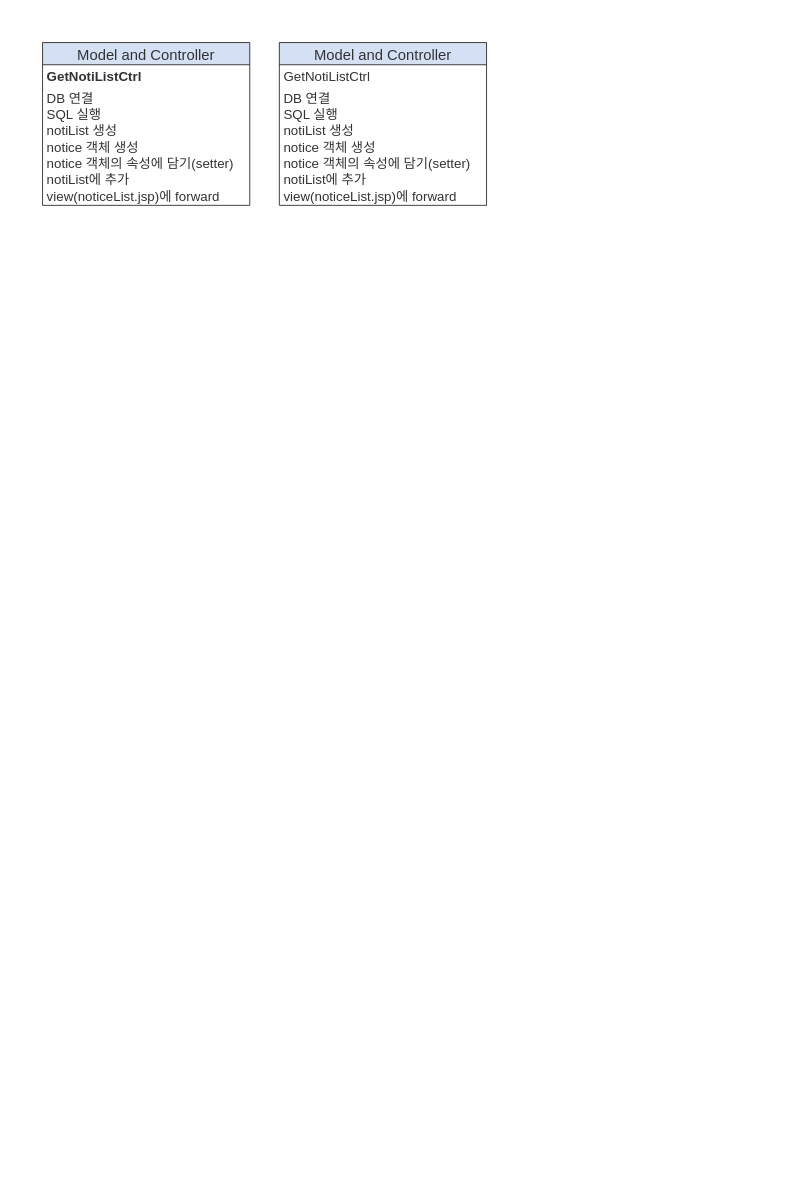
The draw.io diagram page "공지사항구현_MVC_주요내용" (2 of 2) of pro02.drawio in ppeace1216/pro02, before the edit. Source tidied: cells renumbered, new cells numbered last; positions are measured from the earlier drawing's top-left corner, leaving out a move shared by most shapes. Both pictures are drawn from the tidied source at 74%, with x=0, y=0 at pixel (42, 42).
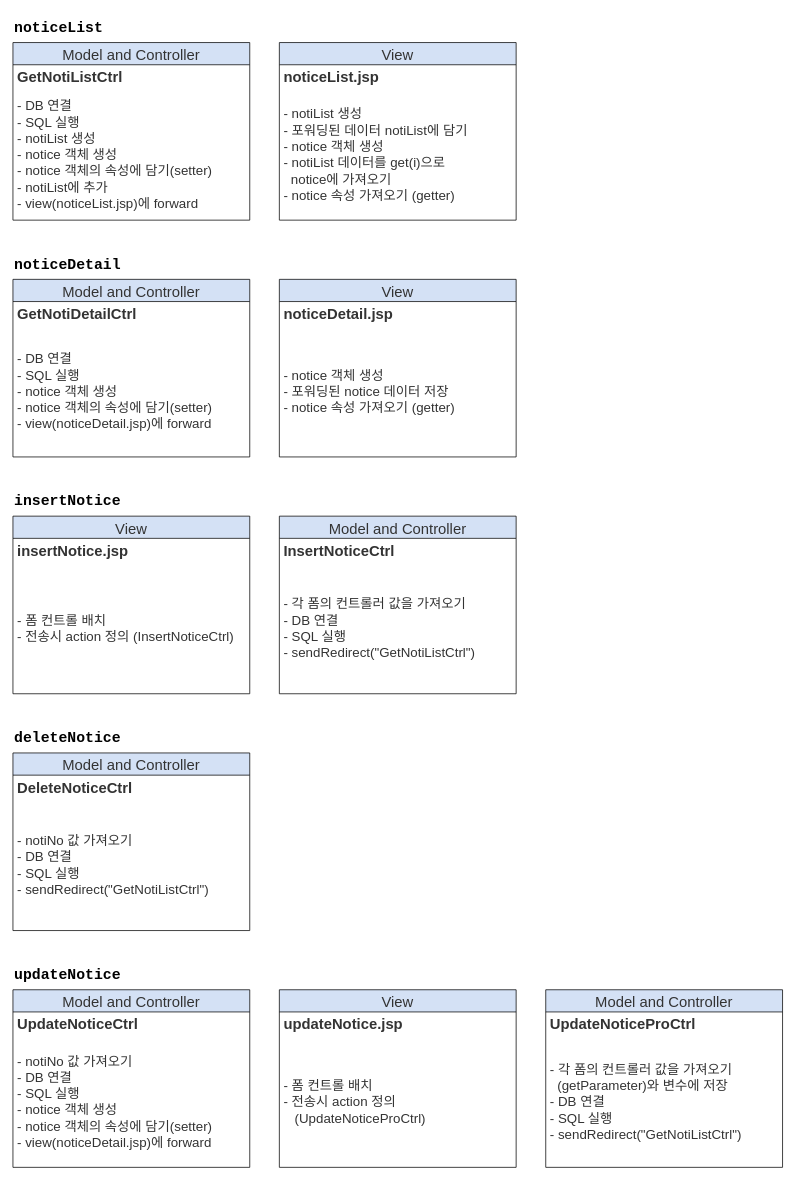
After the change.

Change to the diagram source:
```diff
@@
     <mxCell id="2" value="Model and Controller" style="swimlane;fontStyle=0;horizontal=1;startSize=30;fontColor=#333333;fillColor=#D4E1F5;gradientColor=none;fontSize=20;" parent="1" vertex="1">
-      <mxGeometry width="280" height="220" as="geometry" />
+      <mxGeometry x="-40" width="320" height="240" as="geometry" />
     </mxCell>
-    <mxCell id="3" value="GetNotiListCtrl" style="text;strokeColor=none;fillColor=none;align=left;verticalAlign=middle;spacingLeft=4;spacingRight=4;overflow=hidden;fontColor=#333333;fontSize=18;fontStyle=1;" parent="2" vertex="1">
-      <mxGeometry y="30" width="280" height="30" as="geometry" />
+    <mxCell id="3" value="GetNotiListCtrl" style="text;strokeColor=none;fillColor=none;align=left;verticalAlign=middle;spacingLeft=4;spacingRight=4;overflow=hidden;fontColor=#333333;fontSize=20;fontStyle=1;" parent="2" vertex="1">
+      <mxGeometry y="30" width="320" height="30" as="geometry" />
     </mxCell>
-    <mxCell id="4" value="DB 연결&#10;SQL 실행&#10;notiList 생성&#10;notice 객체 생성&#10;notice 객체의 속성에 담기(setter)&#10;notiList에 추가&#10;view(noticeList.jsp)에 forward" style="text;strokeColor=none;fillColor=none;align=left;verticalAlign=middle;spacingLeft=4;spacingRight=4;overflow=hidden;fontColor=#333333;fontSize=18;" parent="2" vertex="1">
-      <mxGeometry y="60" width="280" height="160" as="geometry" />
+    <mxCell id="4" value="- DB 연결&#10;- SQL 실행&#10;- notiList 생성&#10;- notice 객체 생성&#10;- notice 객체의 속성에 담기(setter)&#10;- notiList에 추가&#10;- view(noticeList.jsp)에 forward" style="text;strokeColor=none;fillColor=none;align=left;verticalAlign=middle;spacingLeft=4;spacingRight=4;overflow=hidden;fontColor=#333333;fontSize=18;spacingBottom=0;spacingTop=0;" parent="2" vertex="1">
+      <mxGeometry y="60" width="320" height="180" as="geometry" />
     </mxCell>
-    <mxCell id="5" value="Model and Controller" style="swimlane;fontStyle=0;horizontal=1;startSize=30;fontColor=#333333;fillColor=#D4E1F5;gradientColor=none;fontSize=20;" parent="1" vertex="1">
-      <mxGeometry x="320" width="280" height="220" as="geometry" />
+    <mxCell id="5" value="View" style="swimlane;fontStyle=0;horizontal=1;startSize=30;fontColor=#333333;fillColor=#D4E1F5;gradientColor=none;fontSize=20;" parent="1" vertex="1">
+      <mxGeometry x="320" width="320" height="240" as="geometry" />
     </mxCell>
-    <mxCell id="6" value="GetNotiListCtrl" style="text;strokeColor=none;fillColor=none;align=left;verticalAlign=middle;spacingLeft=4;spacingRight=4;overflow=hidden;fontColor=#333333;fontSize=18;" parent="5" vertex="1">
-      <mxGeometry y="30" width="280" height="30" as="geometry" />
+    <mxCell id="6" value="noticeList.jsp" style="text;strokeColor=none;fillColor=none;align=left;verticalAlign=middle;spacingLeft=4;spacingRight=4;overflow=hidden;fontColor=#333333;fontSize=20;fontStyle=1;" parent="5" vertex="1">
+      <mxGeometry y="30" width="320" height="30" as="geometry" />
     </mxCell>
-    <mxCell id="7" value="DB 연결&#10;SQL 실행&#10;notiList 생성&#10;notice 객체 생성&#10;notice 객체의 속성에 담기(setter)&#10;notiList에 추가&#10;view(noticeList.jsp)에 forward" style="text;strokeColor=none;fillColor=none;align=left;verticalAlign=middle;spacingLeft=4;spacingRight=4;overflow=hidden;fontColor=#333333;fontSize=18;" parent="5" vertex="1">
-      <mxGeometry y="60" width="280" height="160" as="geometry" />
+    <mxCell id="7" value="- notiList 생성&#10;- 포워딩된 데이터 notiList에 담기&#10;- notice 객체 생성&#10;- notiList 데이터를 get(i)으로 &#10;  notice에 가져오기&#10;- notice 속성 가져오기 (getter)" style="text;strokeColor=none;fillColor=none;align=left;verticalAlign=middle;spacingLeft=4;spacingRight=4;overflow=hidden;fontColor=#333333;fontSize=18;" parent="5" vertex="1">
+      <mxGeometry y="60" width="320" height="180" as="geometry" />
     </mxCell>
+    <mxCell id="8" value="&lt;font face=&quot;Courier New&quot; style=&quot;font-size: 20px;&quot;&gt;&lt;b&gt;noticeList&lt;/b&gt;&lt;/font&gt;" style="text;html=1;strokeColor=none;fillColor=none;align=left;verticalAlign=middle;whiteSpace=wrap;rounded=0;" parent="1" vertex="1">
+      <mxGeometry x="-40" y="-40" width="150" height="40" as="geometry" />
+    </mxCell>
+    <mxCell id="9" value="&lt;font face=&quot;Courier New&quot; style=&quot;font-size: 20px;&quot;&gt;&lt;b&gt;noticeDetail&lt;br&gt;&lt;/b&gt;&lt;/font&gt;" style="text;html=1;strokeColor=none;fillColor=none;align=left;verticalAlign=middle;whiteSpace=wrap;rounded=0;" parent="1" vertex="1">
+      <mxGeometry x="-40" y="280" width="150" height="40" as="geometry" />
+    </mxCell>
+    <mxCell id="10" value="Model and Controller" style="swimlane;fontStyle=0;horizontal=1;startSize=30;fontColor=#333333;fillColor=#D4E1F5;gradientColor=none;fontSize=20;" parent="1" vertex="1">
+      <mxGeometry x="-40" y="320" width="320" height="240" as="geometry" />
+    </mxCell>
+    <mxCell id="11" value="GetNotiDetailCtrl" style="text;strokeColor=none;fillColor=none;align=left;verticalAlign=middle;spacingLeft=4;spacingRight=4;overflow=hidden;fontColor=#333333;fontSize=20;fontStyle=1;" parent="10" vertex="1">
+      <mxGeometry y="30" width="320" height="30" as="geometry" />
+    </mxCell>
+    <mxCell id="12" value="- DB 연결&#10;- SQL 실행&#10;- notice 객체 생성&#10;- notice 객체의 속성에 담기(setter)&#10;- view(noticeDetail.jsp)에 forward" style="text;strokeColor=none;fillColor=none;align=left;verticalAlign=middle;spacingLeft=4;spacingRight=4;overflow=hidden;fontColor=#333333;fontSize=18;spacingBottom=0;spacingTop=0;" parent="10" vertex="1">
+      <mxGeometry y="60" width="320" height="180" as="geometry" />
+    </mxCell>
+    <mxCell id="13" value="View" style="swimlane;fontStyle=0;horizontal=1;startSize=30;fontColor=#333333;fillColor=#D4E1F5;gradientColor=none;fontSize=20;" parent="1" vertex="1">
+      <mxGeometry x="320" y="320" width="320" height="240" as="geometry" />
+    </mxCell>
+    <mxCell id="14" value="noticeDetail.jsp" style="text;strokeColor=none;fillColor=none;align=left;verticalAlign=middle;spacingLeft=4;spacingRight=4;overflow=hidden;fontColor=#333333;fontSize=20;fontStyle=1;" parent="13" vertex="1">
+      <mxGeometry y="30" width="320" height="30" as="geometry" />
+    </mxCell>
+    <mxCell id="15" value="- notice 객체 생성&#10;- 포워딩된 notice 데이터 저장&#10;- notice 속성 가져오기 (getter)" style="text;strokeColor=none;fillColor=none;align=left;verticalAlign=middle;spacingLeft=4;spacingRight=4;overflow=hidden;fontColor=#333333;fontSize=18;" parent="13" vertex="1">
+      <mxGeometry y="60" width="320" height="180" as="geometry" />
+    </mxCell>
+    <mxCell id="16" value="&lt;font face=&quot;Courier New&quot; style=&quot;font-size: 20px;&quot;&gt;&lt;b&gt;insertNotice&lt;br&gt;&lt;/b&gt;&lt;/font&gt;" style="text;html=1;strokeColor=none;fillColor=none;align=left;verticalAlign=middle;whiteSpace=wrap;rounded=0;" parent="1" vertex="1">
+      <mxGeometry x="-40" y="600" width="150" height="40" as="geometry" />
+    </mxCell>
+    <mxCell id="17" value="Model and Controller" style="swimlane;fontStyle=0;horizontal=1;startSize=30;fontColor=#333333;fillColor=#D4E1F5;gradientColor=none;fontSize=20;" parent="1" vertex="1">
+      <mxGeometry x="320" y="640" width="320" height="240" as="geometry" />
+    </mxCell>
+    <mxCell id="18" value="InsertNoticeCtrl" style="text;strokeColor=none;fillColor=none;align=left;verticalAlign=middle;spacingLeft=4;spacingRight=4;overflow=hidden;fontColor=#333333;fontSize=20;fontStyle=1;" parent="17" vertex="1">
+      <mxGeometry y="30" width="320" height="30" as="geometry" />
+    </mxCell>
+    <mxCell id="19" value="- 각 폼의 컨트롤러 값을 가져오기&#10;- DB 연결&#10;- SQL 실행&#10;- sendRedirect(&quot;GetNotiListCtrl&quot;)" style="text;strokeColor=none;fillColor=none;align=left;verticalAlign=middle;spacingLeft=4;spacingRight=4;overflow=hidden;fontColor=#333333;fontSize=18;spacingBottom=0;spacingTop=0;" parent="17" vertex="1">
+      <mxGeometry y="60" width="320" height="180" as="geometry" />
+    </mxCell>
+    <mxCell id="20" value="View" style="swimlane;fontStyle=0;horizontal=1;startSize=30;fontColor=#333333;fillColor=#D4E1F5;gradientColor=none;fontSize=20;" parent="1" vertex="1">
+      <mxGeometry x="-40" y="640" width="320" height="240" as="geometry" />
+    </mxCell>
+    <mxCell id="21" value="insertNotice.jsp" style="text;strokeColor=none;fillColor=none;align=left;verticalAlign=middle;spacingLeft=4;spacingRight=4;overflow=hidden;fontColor=#333333;fontSize=20;fontStyle=1;" parent="20" vertex="1">
+      <mxGeometry y="30" width="320" height="30" as="geometry" />
+    </mxCell>
+    <mxCell id="22" value="- 폼 컨트롤 배치&#10;- 전송시 action 정의 (InsertNoticeCtrl)" style="text;strokeColor=none;fillColor=none;align=left;verticalAlign=middle;spacingLeft=4;spacingRight=4;overflow=hidden;fontColor=#333333;fontSize=18;" parent="20" vertex="1">
+      <mxGeometry y="60" width="320" height="180" as="geometry" />
+    </mxCell>
+    <mxCell id="23" value="&lt;font face=&quot;Courier New&quot; style=&quot;font-size: 20px;&quot;&gt;&lt;b&gt;deleteNotice&lt;br&gt;&lt;/b&gt;&lt;/font&gt;" style="text;html=1;strokeColor=none;fillColor=none;align=left;verticalAlign=middle;whiteSpace=wrap;rounded=0;" parent="1" vertex="1">
+      <mxGeometry x="-40" y="920" width="150" height="40" as="geometry" />
+    </mxCell>
+    <mxCell id="24" value="Model and Controller" style="swimlane;fontStyle=0;horizontal=1;startSize=30;fontColor=#333333;fillColor=#D4E1F5;gradientColor=none;fontSize=20;" parent="1" vertex="1">
+      <mxGeometry x="-40" y="960" width="320" height="240" as="geometry" />
+    </mxCell>
+    <mxCell id="25" value="DeleteNoticeCtrl" style="text;strokeColor=none;fillColor=none;align=left;verticalAlign=middle;spacingLeft=4;spacingRight=4;overflow=hidden;fontColor=#333333;fontSize=20;fontStyle=1;" parent="24" vertex="1">
+      <mxGeometry y="30" width="320" height="30" as="geometry" />
+    </mxCell>
+    <mxCell id="26" value="- notiNo 값 가져오기&#10;- DB 연결&#10;- SQL 실행&#10;- sendRedirect(&quot;GetNotiListCtrl&quot;)" style="text;strokeColor=none;fillColor=none;align=left;verticalAlign=middle;spacingLeft=4;spacingRight=4;overflow=hidden;fontColor=#333333;fontSize=18;spacingBottom=0;spacingTop=0;" parent="24" vertex="1">
+      <mxGeometry y="60" width="320" height="180" as="geometry" />
+    </mxCell>
+    <mxCell id="27" value="&lt;font face=&quot;Courier New&quot; style=&quot;font-size: 20px;&quot;&gt;&lt;b&gt;updateNotice&lt;br&gt;&lt;/b&gt;&lt;/font&gt;" style="text;html=1;strokeColor=none;fillColor=none;align=left;verticalAlign=middle;whiteSpace=wrap;rounded=0;" parent="1" vertex="1">
+      <mxGeometry x="-40" y="1240" width="150" height="40" as="geometry" />
+    </mxCell>
+    <mxCell id="28" value="Model and Controller" style="swimlane;fontStyle=0;horizontal=1;startSize=30;fontColor=#333333;fillColor=#D4E1F5;gradientColor=none;fontSize=20;" parent="1" vertex="1">
+      <mxGeometry x="680" y="1280" width="320" height="240" as="geometry" />
+    </mxCell>
+    <mxCell id="29" value="UpdateNoticeProCtrl" style="text;strokeColor=none;fillColor=none;align=left;verticalAlign=middle;spacingLeft=4;spacingRight=4;overflow=hidden;fontColor=#333333;fontSize=20;fontStyle=1;" parent="28" vertex="1">
+      <mxGeometry y="30" width="320" height="30" as="geometry" />
+    </mxCell>
+    <mxCell id="30" value="- 각 폼의 컨트롤러 값을 가져오기&#10;  (getParameter)와 변수에 저장&#10;- DB 연결&#10;- SQL 실행&#10;- sendRedirect(&quot;GetNotiListCtrl&quot;)" style="text;strokeColor=none;fillColor=none;align=left;verticalAlign=middle;spacingLeft=4;spacingRight=4;overflow=hidden;fontColor=#333333;fontSize=18;spacingBottom=0;spacingTop=0;" parent="28" vertex="1">
+      <mxGeometry y="60" width="320" height="180" as="geometry" />
+    </mxCell>
+    <mxCell id="31" value="View" style="swimlane;fontStyle=0;horizontal=1;startSize=30;fontColor=#333333;fillColor=#D4E1F5;gradientColor=none;fontSize=20;" parent="1" vertex="1">
+      <mxGeometry x="320" y="1280" width="320" height="240" as="geometry" />
+    </mxCell>
+    <mxCell id="32" value="updateNotice.jsp" style="text;strokeColor=none;fillColor=none;align=left;verticalAlign=middle;spacingLeft=4;spacingRight=4;overflow=hidden;fontColor=#333333;fontSize=20;fontStyle=1;" parent="31" vertex="1">
+      <mxGeometry y="30" width="320" height="30" as="geometry" />
+    </mxCell>
+    <mxCell id="33" value="- 폼 컨트롤 배치&#10;- 전송시 action 정의 &#10;   (UpdateNoticeProCtrl)" style="text;strokeColor=none;fillColor=none;align=left;verticalAlign=middle;spacingLeft=4;spacingRight=4;overflow=hidden;fontColor=#333333;fontSize=18;" parent="31" vertex="1">
+      <mxGeometry y="60" width="320" height="180" as="geometry" />
+    </mxCell>
+    <mxCell id="34" value="Model and Controller" style="swimlane;fontStyle=0;horizontal=1;startSize=30;fontColor=#333333;fillColor=#D4E1F5;gradientColor=none;fontSize=20;" parent="1" vertex="1">
+      <mxGeometry x="-40" y="1280" width="320" height="240" as="geometry" />
+    </mxCell>
+    <mxCell id="35" value="UpdateNoticeCtrl" style="text;strokeColor=none;fillColor=none;align=left;verticalAlign=middle;spacingLeft=4;spacingRight=4;overflow=hidden;fontColor=#333333;fontSize=20;fontStyle=1;" parent="34" vertex="1">
+      <mxGeometry y="30" width="320" height="30" as="geometry" />
+    </mxCell>
+    <mxCell id="36" value="- notiNo 값 가져오기&#10;- DB 연결&#10;- SQL 실행&#10;- notice 객체 생성&#10;- notice 객체의 속성에 담기(setter)&#10;- view(noticeDetail.jsp)에 forward" style="text;strokeColor=none;fillColor=none;align=left;verticalAlign=middle;spacingLeft=4;spacingRight=4;overflow=hidden;fontColor=#333333;fontSize=18;spacingBottom=0;spacingTop=0;" parent="34" vertex="1">
+      <mxGeometry y="60" width="320" height="180" as="geometry" />
+    </mxCell>
```
